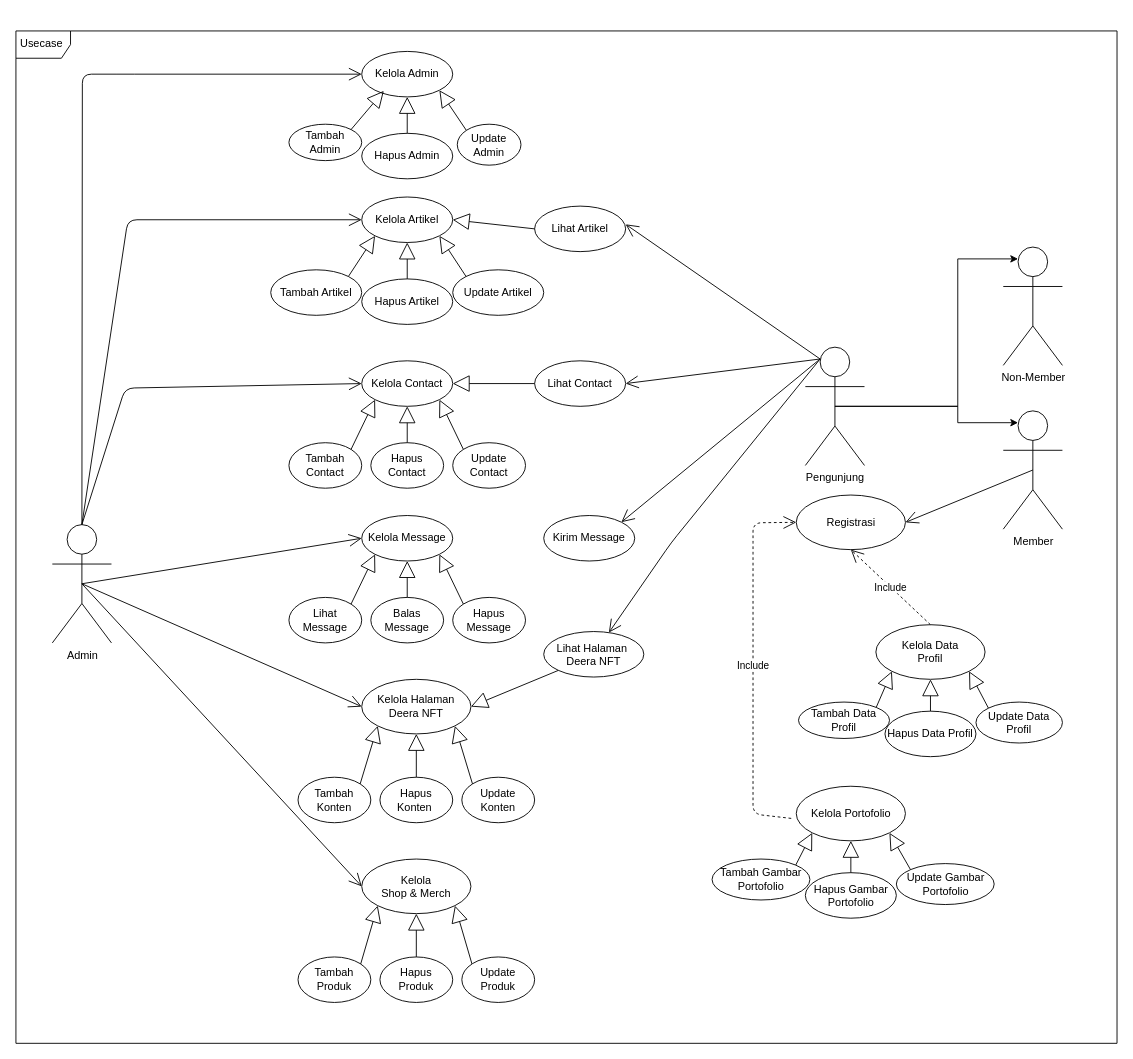
This is LAPORAN AKHIR/Diagram/Use Case Diagram/Use Case Diagram 2.drawio from AjiBegawan/KP_2021, a draw.io file, before an edit. Source tidied: cells renumbered, new cells numbered last; positions are measured from the earlier drawing's top-left corner, leaving out a move shared by most shapes. Both pictures are drawn from the tidied source at 91%, with x=0, y=0 at pixel (15, 31).
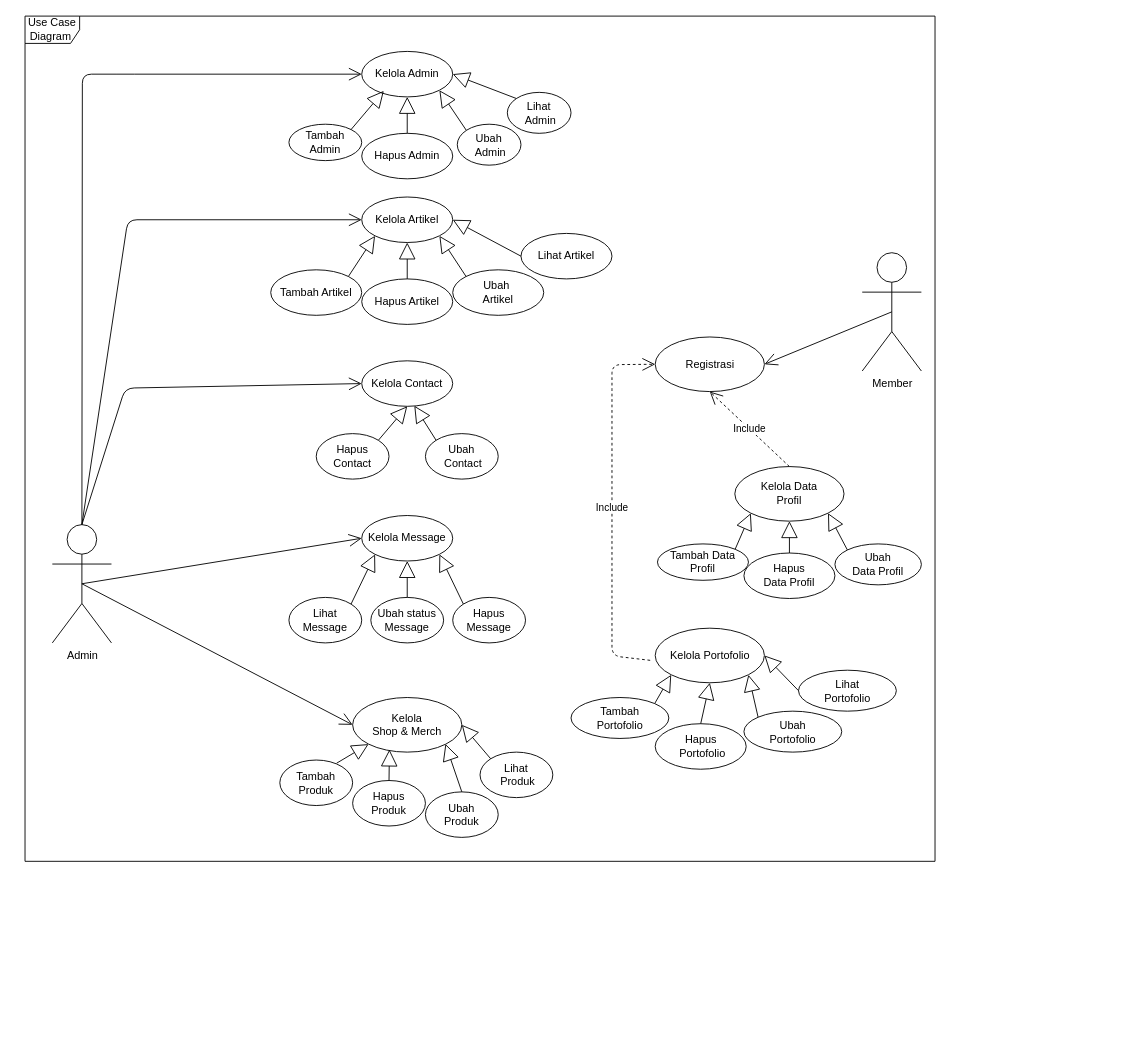
The same diagram, later.

Unchanged cells that the change refers to:
```xml
<mxCell id="6" value="Admin" style="shape=umlActor;verticalLabelPosition=bottom;labelBackgroundColor=#ffffff;verticalAlign=top;html=1;outlineConnect=0;" parent="1" vertex="1">
  <mxGeometry x="40" y="542" width="65" height="130" as="geometry" />
</mxCell>
<mxCell id="9" value="Kelola Admin" style="ellipse;whiteSpace=wrap;html=1;" parent="1" vertex="1">
  <mxGeometry x="380" y="22" width="100" height="50" as="geometry" />
</mxCell>
<mxCell id="10" value="Kelola Contact" style="ellipse;whiteSpace=wrap;html=1;" parent="1" vertex="1">
  <mxGeometry x="380" y="362" width="100" height="50" as="geometry" />
</mxCell>
```

Diff of the diagram source:
```diff
@@
-    <mxCell id="2" style="edgeStyle=orthogonalEdgeStyle;rounded=0;jettySize=auto;html=1;exitX=0.5;exitY=0.5;exitDx=0;exitDy=0;exitPerimeter=0;entryX=0.25;entryY=0.1;entryDx=0;entryDy=0;entryPerimeter=0;" parent="1" edge="1" source="3" target="7">
-      <mxGeometry relative="1" as="geometry">
-        <Array as="points">
-          <mxPoint x="1035" y="412" />
-          <mxPoint x="1035" y="250" />
-        </Array>
-      </mxGeometry>
-    </mxCell>
-    <mxCell id="3" value="Pengunjung" style="shape=umlActor;verticalLabelPosition=bottom;labelBackgroundColor=#ffffff;verticalAlign=top;html=1;outlineConnect=0;" parent="1" vertex="1">
-      <mxGeometry x="867.5" y="347" width="65" height="130" as="geometry" />
-    </mxCell>
@@
-    <mxCell id="7" value="Non-Member" style="shape=umlActor;verticalLabelPosition=bottom;labelBackgroundColor=#ffffff;verticalAlign=top;html=1;outlineConnect=0;" parent="1" vertex="1">
-      <mxGeometry x="1085" y="237" width="65" height="130" as="geometry" />
-    </mxCell>
     <mxCell id="8" value="Member" style="shape=umlActor;verticalLabelPosition=bottom;labelBackgroundColor=#ffffff;verticalAlign=top;html=1;outlineConnect=0;" parent="1" vertex="1">
-      <mxGeometry x="1085" y="417" width="65" height="130" as="geometry" />
+      <mxGeometry x="930" y="243.2" width="65" height="130" as="geometry" />
     </mxCell>
@@
-    <mxCell id="11" value="Kelola Halaman Deera NFT" style="ellipse;whiteSpace=wrap;html=1;" parent="1" vertex="1">
-      <mxGeometry x="380" y="712" width="120" height="60" as="geometry" />
-    </mxCell>
     <mxCell id="12" value="Kelola Data &lt;br&gt;Profil" style="ellipse;whiteSpace=wrap;html=1;" parent="1" vertex="1">
-      <mxGeometry x="945" y="652" width="120" height="60" as="geometry" />
+      <mxGeometry x="790" y="478.2" width="120" height="60" as="geometry" />
     </mxCell>
@@
-    <mxCell id="14" value="Update Admin" style="ellipse;whiteSpace=wrap;html=1;" parent="1" vertex="1">
+    <mxCell id="14" value="Ubah&lt;br&gt;&amp;nbsp;Admin" style="ellipse;whiteSpace=wrap;html=1;" parent="1" vertex="1">
       <mxGeometry x="485" y="102" width="70" height="45" as="geometry" />
     </mxCell>
@@
-    <mxCell id="18" value="Update Artikel" style="ellipse;whiteSpace=wrap;html=1;" parent="1" vertex="1">
+    <mxCell id="18" value="Ubah&amp;nbsp;&lt;br&gt;Artikel" style="ellipse;whiteSpace=wrap;html=1;" parent="1" vertex="1">
       <mxGeometry x="480" y="262" width="100" height="50" as="geometry" />
     </mxCell>
@@
-    <mxCell id="24" value="Tambah Contact" style="ellipse;whiteSpace=wrap;html=1;" parent="1" vertex="1">
-      <mxGeometry x="300" y="452" width="80" height="50" as="geometry" />
-    </mxCell>
     <mxCell id="25" value="Hapus Contact" style="ellipse;whiteSpace=wrap;html=1;" parent="1" vertex="1">
-      <mxGeometry x="390" y="452" width="80" height="50" as="geometry" />
+      <mxGeometry x="330" y="442" width="80" height="50" as="geometry" />
     </mxCell>
-    <mxCell id="26" value="Update Contact" style="ellipse;whiteSpace=wrap;html=1;" parent="1" vertex="1">
-      <mxGeometry x="480" y="452" width="80" height="50" as="geometry" />
+    <mxCell id="26" value="Ubah&lt;br&gt;&amp;nbsp;Contact" style="ellipse;whiteSpace=wrap;html=1;" parent="1" vertex="1">
+      <mxGeometry x="450" y="442" width="80" height="50" as="geometry" />
     </mxCell>
-    <mxCell id="27" style="endArrow=block;endSize=16;endFill=0;html=1;entryX=1;entryY=1;entryDx=0;entryDy=0;exitX=0;exitY=0;exitDx=0;exitDy=0;" parent="1" edge="1" source="26" target="10">
+    <mxCell id="27" style="endArrow=block;endSize=16;endFill=0;html=1;entryX=0.578;entryY=0.987;entryDx=0;entryDy=0;exitX=0;exitY=0;exitDx=0;exitDy=0;entryPerimeter=0;" parent="1" edge="1" source="26" target="10">
       <mxGeometry relative="1" as="geometry" />
     </mxCell>
-    <mxCell id="28" style="endArrow=block;endSize=16;endFill=0;html=1;entryX=0.5;entryY=1;entryDx=0;entryDy=0;exitX=0.5;exitY=0;exitDx=0;exitDy=0;" parent="1" edge="1" source="25" target="10">
+    <mxCell id="28" style="endArrow=block;endSize=16;endFill=0;html=1;entryX=0.5;entryY=1;entryDx=0;entryDy=0;exitX=1;exitY=0;exitDx=0;exitDy=0;" parent="1" edge="1" source="25" target="10">
       <mxGeometry relative="1" as="geometry" />
     </mxCell>
-    <mxCell id="29" style="endArrow=block;endSize=16;endFill=0;html=1;entryX=0;entryY=1;entryDx=0;entryDy=0;exitX=1;exitY=0;exitDx=0;exitDy=0;" parent="1" edge="1" source="24" target="10">
-      <mxGeometry relative="1" as="geometry" />
-    </mxCell>
@@
-    <mxCell id="32" value="Balas &lt;br&gt;Message" style="ellipse;whiteSpace=wrap;html=1;" parent="1" vertex="1">
+    <mxCell id="32" value="Ubah status Message" style="ellipse;whiteSpace=wrap;html=1;" parent="1" vertex="1">
       <mxGeometry x="390" y="622" width="80" height="50" as="geometry" />
     </mxCell>
@@
     <mxCell id="38" value="Lihat Artikel" style="ellipse;whiteSpace=wrap;html=1;" parent="1" vertex="1">
-      <mxGeometry x="570" y="192" width="100" height="50" as="geometry" />
+      <mxGeometry x="555" y="222" width="100" height="50" as="geometry" />
     </mxCell>
@@
-    <mxCell id="40" value="Lihat Contact" style="ellipse;whiteSpace=wrap;html=1;" parent="1" vertex="1">
-      <mxGeometry x="570" y="362" width="100" height="50" as="geometry" />
-    </mxCell>
-    <mxCell id="41" style="endArrow=block;endSize=16;endFill=0;html=1;entryX=1;entryY=0.5;entryDx=0;entryDy=0;exitX=0;exitY=0.5;exitDx=0;exitDy=0;" parent="1" edge="1" source="40" target="10">
-      <mxGeometry relative="1" as="geometry" />
-    </mxCell>
-    <mxCell id="42" value="Lihat Halaman&amp;nbsp;&lt;br&gt;Deera NFT" style="ellipse;whiteSpace=wrap;html=1;" parent="1" vertex="1">
-      <mxGeometry x="580" y="659.5" width="110" height="50" as="geometry" />
-    </mxCell>
-    <mxCell id="43" value="Tambah Konten" style="ellipse;whiteSpace=wrap;html=1;" parent="1" vertex="1">
-      <mxGeometry x="310" y="819.6" width="80" height="50" as="geometry" />
-    </mxCell>
-    <mxCell id="44" value="Hapus Konten&amp;nbsp;" style="ellipse;whiteSpace=wrap;html=1;" parent="1" vertex="1">
-      <mxGeometry x="400" y="819.6" width="80" height="50" as="geometry" />
-    </mxCell>
-    <mxCell id="45" value="Update Konten" style="ellipse;whiteSpace=wrap;html=1;" parent="1" vertex="1">
-      <mxGeometry x="490" y="819.6" width="80" height="50" as="geometry" />
-    </mxCell>
-    <mxCell id="46" style="endArrow=block;endSize=16;endFill=0;html=1;entryX=1;entryY=1;entryDx=0;entryDy=0;exitX=0;exitY=0;exitDx=0;exitDy=0;" parent="1" edge="1" source="45" target="11">
-      <mxGeometry relative="1" as="geometry" />
-    </mxCell>
-    <mxCell id="47" style="endArrow=block;endSize=16;endFill=0;html=1;entryX=0.5;entryY=1;entryDx=0;entryDy=0;exitX=0.5;exitY=0;exitDx=0;exitDy=0;" parent="1" edge="1" source="44" target="11">
-      <mxGeometry relative="1" as="geometry" />
-    </mxCell>
-    <mxCell id="48" style="endArrow=block;endSize=16;endFill=0;html=1;entryX=0;entryY=1;entryDx=0;entryDy=0;exitX=1;exitY=0;exitDx=0;exitDy=0;" parent="1" edge="1" source="43" target="11">
-      <mxGeometry relative="1" as="geometry" />
-    </mxCell>
-    <mxCell id="49" style="endArrow=block;endSize=16;endFill=0;html=1;entryX=1;entryY=0.5;entryDx=0;entryDy=0;exitX=0;exitY=1;exitDx=0;exitDy=0;" parent="1" edge="1" source="42" target="11">
-      <mxGeometry relative="1" as="geometry" />
-    </mxCell>
-    <mxCell id="50" style="endArrow=open;endFill=1;endSize=12;html=1;exitX=0.25;exitY=0.1;exitDx=0;exitDy=0;exitPerimeter=0;" parent="1" edge="1" source="3">
-      <mxGeometry relative="1" as="geometry">
-        <mxPoint x="670" y="212" as="targetPoint" />
-      </mxGeometry>
-    </mxCell>
     <mxCell id="51" value="Tambah Data Profil" style="ellipse;whiteSpace=wrap;html=1;" parent="1" vertex="1">
-      <mxGeometry x="860" y="737" width="100" height="40" as="geometry" />
+      <mxGeometry x="705" y="563.2" width="100" height="40" as="geometry" />
     </mxCell>
-    <mxCell id="52" value="Hapus Data Profil" style="ellipse;whiteSpace=wrap;html=1;" parent="1" vertex="1">
-      <mxGeometry x="955" y="747" width="100" height="50" as="geometry" />
+    <mxCell id="52" value="Hapus &lt;br&gt;Data Profil" style="ellipse;whiteSpace=wrap;html=1;" parent="1" vertex="1">
+      <mxGeometry x="800" y="573.2" width="100" height="50" as="geometry" />
     </mxCell>
-    <mxCell id="53" value="Update Data Profil" style="ellipse;whiteSpace=wrap;html=1;" parent="1" vertex="1">
-      <mxGeometry x="1055" y="737" width="95" height="45" as="geometry" />
+    <mxCell id="53" value="Ubah&lt;br&gt;Data Profil" style="ellipse;whiteSpace=wrap;html=1;" parent="1" vertex="1">
+      <mxGeometry x="900" y="563.2" width="95" height="45" as="geometry" />
     </mxCell>
@@
     <mxCell id="57" value="Kelola Portofolio" style="ellipse;whiteSpace=wrap;html=1;" parent="1" vertex="1">
-      <mxGeometry x="857.5" y="829.5" width="120" height="60" as="geometry" />
+      <mxGeometry x="702.5" y="655.8" width="120" height="60" as="geometry" />
     </mxCell>
-    <mxCell id="58" value="Tambah Gambar Portofolio" style="ellipse;whiteSpace=wrap;html=1;" parent="1" vertex="1">
-      <mxGeometry x="765" y="909.5" width="107.5" height="45" as="geometry" />
+    <mxCell id="58" value="Tambah&lt;br&gt;Portofolio" style="ellipse;whiteSpace=wrap;html=1;" parent="1" vertex="1">
+      <mxGeometry x="610" y="732" width="107.5" height="45" as="geometry" />
     </mxCell>
-    <mxCell id="59" value="Hapus Gambar Portofolio" style="ellipse;whiteSpace=wrap;html=1;" parent="1" vertex="1">
-      <mxGeometry x="867.5" y="924.5" width="100" height="50" as="geometry" />
+    <mxCell id="59" value="Hapus&lt;br&gt;&amp;nbsp;Portofolio" style="ellipse;whiteSpace=wrap;html=1;" parent="1" vertex="1">
+      <mxGeometry x="702.5" y="760.8" width="100" height="50" as="geometry" />
     </mxCell>
-    <mxCell id="60" value="Update Gambar Portofolio" style="ellipse;whiteSpace=wrap;html=1;" parent="1" vertex="1">
-      <mxGeometry x="967.5" y="914.5" width="107.5" height="45" as="geometry" />
+    <mxCell id="60" value="Ubah&lt;br&gt;Portofolio" style="ellipse;whiteSpace=wrap;html=1;" parent="1" vertex="1">
+      <mxGeometry x="800" y="747" width="107.5" height="45" as="geometry" />
     </mxCell>
@@
     <mxCell id="64" value="Registrasi" style="ellipse;whiteSpace=wrap;html=1;" parent="1" vertex="1">
-      <mxGeometry x="857.5" y="509.5" width="120" height="60" as="geometry" />
+      <mxGeometry x="702.5" y="335.8" width="120" height="60" as="geometry" />
     </mxCell>
@@
     <mxCell id="66" value="Include" style="endArrow=open;endSize=12;dashed=1;html=1;exitX=-0.046;exitY=0.589;exitDx=0;exitDy=0;entryX=0;entryY=0.5;entryDx=0;entryDy=0;exitPerimeter=0;" parent="1" edge="1" source="57" target="64">
       <mxGeometry relative="1" as="geometry">
         <Array as="points">
-          <mxPoint x="810" y="860" />
-          <mxPoint x="810" y="682" />
-          <mxPoint x="810" y="570" />
-          <mxPoint x="810" y="540" />
+          <mxPoint x="655" y="686.2" />
+          <mxPoint x="655" y="508.2" />
+          <mxPoint x="655" y="396.2" />
+          <mxPoint x="655" y="366.2" />
         </Array>
       </mxGeometry>
     </mxCell>
@@
-    <mxCell id="68" style="endArrow=open;endFill=1;endSize=12;html=1;entryX=1;entryY=0.5;entryDx=0;entryDy=0;exitX=0.25;exitY=0.1;exitDx=0;exitDy=0;exitPerimeter=0;" parent="1" edge="1" source="3" target="40">
-      <mxGeometry relative="1" as="geometry" />
-    </mxCell>
-    <mxCell id="69" style="endArrow=open;endFill=1;endSize=12;html=1;entryX=1;entryY=0;entryDx=0;entryDy=0;exitX=0.25;exitY=0.1;exitDx=0;exitDy=0;exitPerimeter=0;" parent="1" edge="1" source="3" target="85">
-      <mxGeometry relative="1" as="geometry" />
-    </mxCell>
-    <mxCell id="70" style="endArrow=open;endFill=1;endSize=12;html=1;exitX=0.25;exitY=0.1;exitDx=0;exitDy=0;exitPerimeter=0;" parent="1" edge="1" source="3" target="42">
-      <mxGeometry relative="1" as="geometry">
-        <Array as="points">
-          <mxPoint x="720" y="562" />
-        </Array>
-      </mxGeometry>
-    </mxCell>
     <mxCell id="71" value="Kelola &lt;br&gt;Shop &amp;amp; Merch" style="ellipse;whiteSpace=wrap;html=1;" parent="1" vertex="1">
-      <mxGeometry x="380" y="909.5" width="120" height="60" as="geometry" />
+      <mxGeometry x="370" y="732" width="120" height="60" as="geometry" />
     </mxCell>
     <mxCell id="72" value="Tambah Produk" style="ellipse;whiteSpace=wrap;html=1;" parent="1" vertex="1">
-      <mxGeometry x="310" y="1017.1" width="80" height="50" as="geometry" />
+      <mxGeometry x="290" y="800.7" width="80" height="50" as="geometry" />
     </mxCell>
     <mxCell id="73" value="Hapus &lt;br&gt;Produk" style="ellipse;whiteSpace=wrap;html=1;" parent="1" vertex="1">
-      <mxGeometry x="400" y="1017.1" width="80" height="50" as="geometry" />
+      <mxGeometry x="370" y="823.2" width="80" height="50" as="geometry" />
     </mxCell>
-    <mxCell id="74" value="Update Produk" style="ellipse;whiteSpace=wrap;html=1;" parent="1" vertex="1">
-      <mxGeometry x="490" y="1017.1" width="80" height="50" as="geometry" />
+    <mxCell id="74" value="Ubah &lt;br&gt;Produk" style="ellipse;whiteSpace=wrap;html=1;" parent="1" vertex="1">
+      <mxGeometry x="450" y="835.7" width="80" height="50" as="geometry" />
     </mxCell>
-    <mxCell id="75" style="endArrow=block;endSize=16;endFill=0;html=1;entryX=1;entryY=1;entryDx=0;entryDy=0;exitX=0;exitY=0;exitDx=0;exitDy=0;" parent="1" edge="1" source="74" target="71">
-      <mxGeometry relative="1" as="geometry" />
+    <mxCell id="75" style="endArrow=block;endSize=16;endFill=0;html=1;exitX=0.5;exitY=0;exitDx=0;exitDy=0;" parent="1" edge="1" source="74">
+      <mxGeometry relative="1" as="geometry">
+        <mxPoint x="472" y="783" as="targetPoint" />
+      </mxGeometry>
     </mxCell>
-    <mxCell id="76" style="endArrow=block;endSize=16;endFill=0;html=1;entryX=0.5;entryY=1;entryDx=0;entryDy=0;exitX=0.5;exitY=0;exitDx=0;exitDy=0;" parent="1" edge="1" source="73" target="71">
+    <mxCell id="76" style="endArrow=block;endSize=16;endFill=0;html=1;entryX=0.337;entryY=0.953;entryDx=0;entryDy=0;exitX=0.5;exitY=0;exitDx=0;exitDy=0;entryPerimeter=0;" parent="1" edge="1" source="73" target="71">
       <mxGeometry relative="1" as="geometry" />
     </mxCell>
-    <mxCell id="77" style="endArrow=block;endSize=16;endFill=0;html=1;entryX=0;entryY=1;entryDx=0;entryDy=0;exitX=1;exitY=0;exitDx=0;exitDy=0;" parent="1" edge="1" source="72" target="71">
+    <mxCell id="77" style="endArrow=block;endSize=16;endFill=0;html=1;entryX=0;entryY=1;entryDx=0;entryDy=0;exitX=0.78;exitY=0.07;exitDx=0;exitDy=0;exitPerimeter=0;" parent="1" edge="1" source="72" target="71">
       <mxGeometry relative="1" as="geometry" />
     </mxCell>
-    <mxCell id="78" style="edgeStyle=orthogonalEdgeStyle;rounded=0;jettySize=auto;html=1;exitX=0.5;exitY=0.5;exitDx=0;exitDy=0;exitPerimeter=0;entryX=0.25;entryY=0.1;entryDx=0;entryDy=0;entryPerimeter=0;" parent="1" edge="1" source="3" target="8">
-      <mxGeometry relative="1" as="geometry">
-        <Array as="points">
-          <mxPoint x="1035" y="412" />
-          <mxPoint x="1035" y="430" />
-        </Array>
-      </mxGeometry>
-    </mxCell>
-    <mxCell id="79" value="Usecase&amp;nbsp;" style="shape=umlFrame;whiteSpace=wrap;html=1;" parent="1" vertex="1">
-      <mxGeometry y="-0.5" width="1210" height="1112.5" as="geometry" />
+    <mxCell id="79" value="Use Case Diagram&amp;nbsp;" style="shape=umlFrame;whiteSpace=wrap;html=1;" parent="1" vertex="1">
+      <mxGeometry x="10" y="-16.8" width="1000" height="928.8" as="geometry" />
     </mxCell>
@@
-    <mxCell id="83" style="endArrow=open;endFill=1;endSize=12;html=1;exitX=0.5;exitY=0.5;exitDx=0;exitDy=0;exitPerimeter=0;entryX=0;entryY=0.5;entryDx=0;entryDy=0;" parent="1" edge="1" source="6" target="11">
-      <mxGeometry relative="1" as="geometry" />
-    </mxCell>
@@
-    <mxCell id="85" value="Kirim Message" style="ellipse;whiteSpace=wrap;html=1;" parent="1" vertex="1">
-      <mxGeometry x="580" y="532" width="100" height="50" as="geometry" />
-    </mxCell>
+    <mxCell id="86" value="Lihat&lt;br&gt;&amp;nbsp;Produk" style="ellipse;whiteSpace=wrap;html=1;" parent="1" vertex="1">
+      <mxGeometry x="510" y="792" width="80" height="50" as="geometry" />
+    </mxCell>
+    <mxCell id="87" style="endArrow=block;endSize=16;endFill=0;html=1;entryX=1;entryY=0.5;entryDx=0;entryDy=0;exitX=0;exitY=0;exitDx=0;exitDy=0;" parent="1" edge="1" source="86" target="71">
+      <mxGeometry relative="1" as="geometry" />
+    </mxCell>
+    <mxCell id="88" value="Lihat&lt;br&gt;&amp;nbsp;Admin" style="ellipse;whiteSpace=wrap;html=1;" parent="1" vertex="1">
+      <mxGeometry x="540" y="67" width="70" height="45" as="geometry" />
+    </mxCell>
+    <mxCell id="89" style="endArrow=block;endSize=16;endFill=0;html=1;entryX=1;entryY=0.5;entryDx=0;entryDy=0;exitX=0;exitY=0;exitDx=0;exitDy=0;" parent="1" edge="1" source="88" target="9">
+      <mxGeometry relative="1" as="geometry" />
+    </mxCell>
+    <mxCell id="90" value="Lihat&lt;br&gt;Portofolio" style="ellipse;whiteSpace=wrap;html=1;" parent="1" vertex="1">
+      <mxGeometry x="860" y="702" width="107.5" height="45" as="geometry" />
+    </mxCell>
+    <mxCell id="91" style="endArrow=block;endSize=16;endFill=0;html=1;entryX=1;entryY=0.5;entryDx=0;entryDy=0;exitX=0;exitY=0.5;exitDx=0;exitDy=0;" parent="1" edge="1" source="90" target="57">
+      <mxGeometry relative="1" as="geometry" />
+    </mxCell>
```
